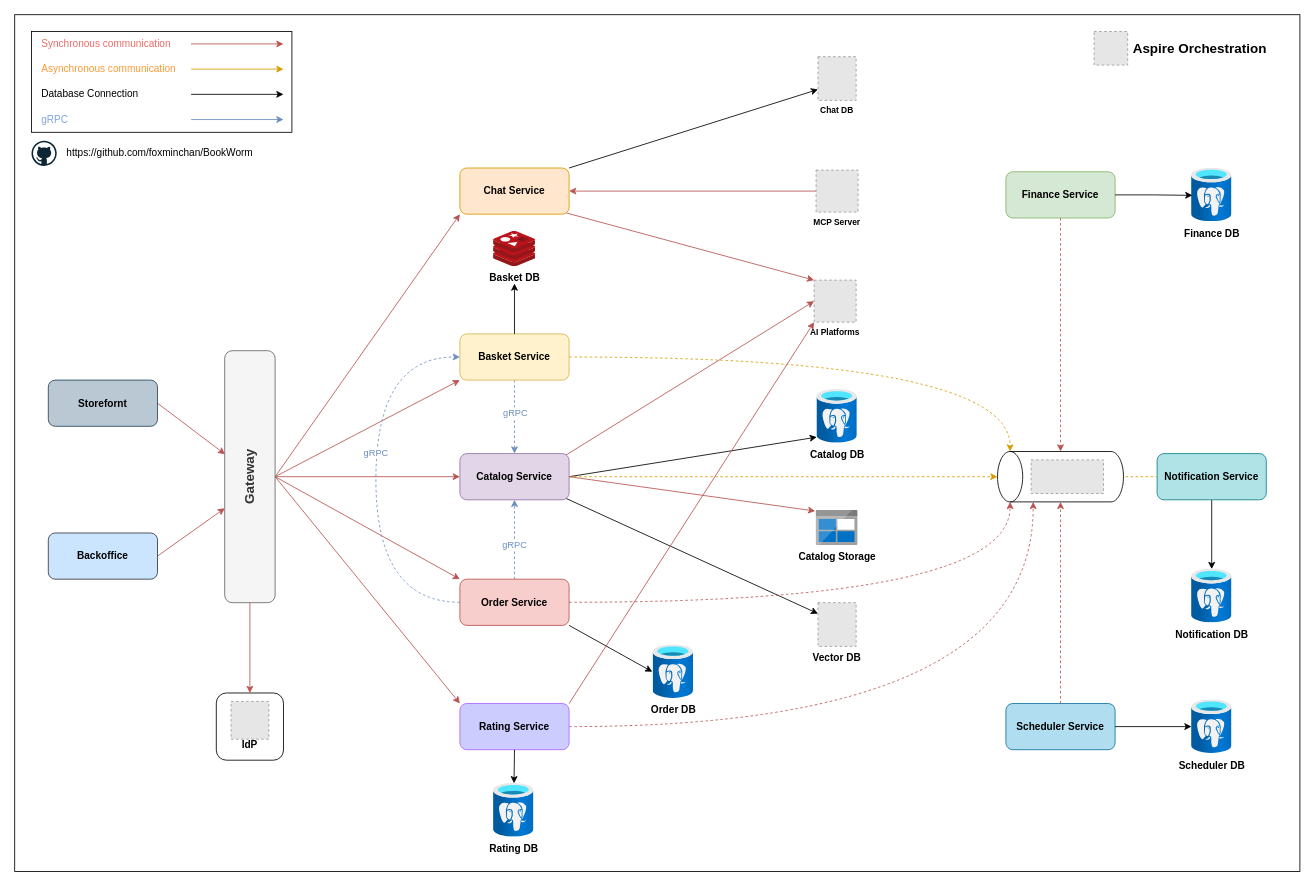
foxminchan/BookWorm keeps this draw.io diagram as assets/BookWorm.drawio. Above is the earlier version. Source tidied: cells renumbered, new cells numbered last; positions are measured from the earlier drawing's top-left corner, leaving out a move shared by most shapes. Both pictures are drawn from the tidied source at 84%, with x=0, y=0 at pixel (14, 14). Pictures stored in the file or linked from it are replaced by grey dashed boxes.
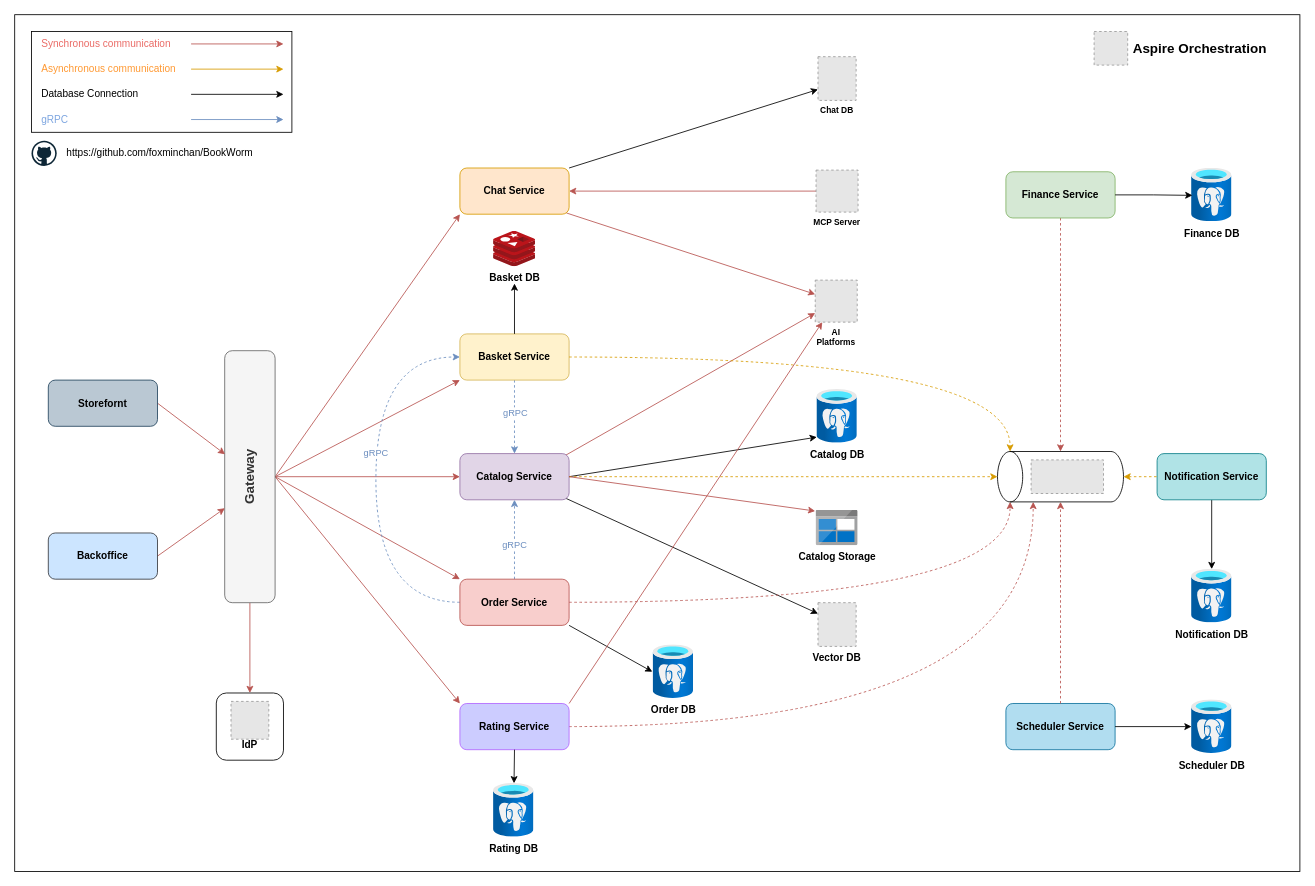
The same page after the edit.

The change refers to these unchanged cells:
```xml
<mxCell id="12" value="Catalog Service" style="rounded=1;whiteSpace=wrap;html=1;fontStyle=1;fillColor=#e1d5e7;strokeColor=#9673a6;" parent="1" vertex="1">
  <mxGeometry x="530" y="522.5" width="130" height="55" as="geometry" />
</mxCell>
<mxCell id="36" value="Notification Service" style="rounded=1;whiteSpace=wrap;html=1;fontStyle=1;fillColor=#b0e3e6;strokeColor=#0e8088;" parent="1" vertex="1">
  <mxGeometry x="1360" y="522.5" width="130" height="55" as="geometry" />
</mxCell>
<mxCell id="42" value="Chat Service" style="rounded=1;whiteSpace=wrap;html=1;fontStyle=1;fillColor=#ffe6cc;strokeColor=#d79b00;" parent="1" vertex="1">
  <mxGeometry x="530" y="182.5" width="130" height="55" as="geometry" />
</mxCell>
<mxCell id="68" value="Rating Service" style="rounded=1;whiteSpace=wrap;html=1;fontStyle=1;fillColor=#CCCCFF;strokeColor=#B266FF;fontColor=#000000;" parent="1" vertex="1">
  <mxGeometry x="530" y="820" width="130" height="55" as="geometry" />
</mxCell>
<mxCell id="81" style="shape=cylinder3;whiteSpace=wrap;html=1;boundedLbl=1;backgroundOutline=1;size=15;rotation=-90;" parent="80" vertex="1">
  <mxGeometry x="5" y="-5" width="60" height="150" as="geometry" />
</mxCell>
```

Change to the diagram source:
```diff
@@
-    <mxCell id="11" style="rounded=0;jettySize=auto;html=1;exitX=0.971;exitY=0.032;exitDx=0;exitDy=0;fillColor=#f8cecc;strokeColor=#b85450;exitPerimeter=0;entryX=0;entryY=0.5;entryDx=0;entryDy=0;" parent="1" edge="1" source="12" target="79">
+    <mxCell id="11" style="rounded=0;jettySize=auto;html=1;exitX=0.971;exitY=0.032;exitDx=0;exitDy=0;fillColor=#f8cecc;strokeColor=#b85450;exitPerimeter=0;" parent="1" edge="1" source="12" target="79">
       <mxGeometry relative="1" as="geometry" />
     </mxCell>
@@
-    <mxCell id="37" style="endArrow=none;html=1;rounded=0;entryX=0;entryY=0.5;entryDx=0;entryDy=0;exitX=1;exitY=0.5;exitDx=0;exitDy=0;startArrow=classic;startFill=1;fillColor=#ffe6cc;strokeColor=#d79b00;dashed=1;" parent="1" edge="1" target="36">
-      <mxGeometry relative="1" as="geometry">
-        <mxPoint x="1310" y="550" as="sourcePoint" />
-      </mxGeometry>
+    <mxCell id="37" style="endArrow=none;html=1;rounded=0;entryX=0;entryY=0.5;entryDx=0;entryDy=0;exitX=0.5;exitY=1;exitDx=0;exitDy=0;startArrow=classic;startFill=1;fillColor=#ffe6cc;strokeColor=#d79b00;dashed=1;exitPerimeter=0;" parent="1" edge="1" source="81" target="36">
+      <mxGeometry relative="1" as="geometry" />
     </mxCell>
@@
-    <mxCell id="41" style="rounded=0;jettySize=auto;html=1;exitX=0.975;exitY=0.973;exitDx=0;exitDy=0;fillColor=#f8cecc;strokeColor=#b85450;exitPerimeter=0;entryX=0;entryY=0;entryDx=0;entryDy=0;" parent="1" edge="1" source="42" target="79">
+    <mxCell id="41" style="rounded=0;jettySize=auto;html=1;exitX=0.975;exitY=0.973;exitDx=0;exitDy=0;fillColor=#f8cecc;strokeColor=#b85450;exitPerimeter=0;" parent="1" edge="1" source="42" target="79">
       <mxGeometry relative="1" as="geometry" />
     </mxCell>
@@
-    <mxCell id="67" style="rounded=0;jettySize=auto;html=1;exitX=1;exitY=0;exitDx=0;exitDy=0;entryX=0;entryY=1;entryDx=0;entryDy=0;fillColor=#f8cecc;strokeColor=#b85450;" parent="1" edge="1" source="68" target="79">
+    <mxCell id="67" style="rounded=0;jettySize=auto;html=1;exitX=1;exitY=0;exitDx=0;exitDy=0;fillColor=#f8cecc;strokeColor=#b85450;" parent="1" edge="1" source="68" target="79">
       <mxGeometry relative="1" as="geometry" />
     </mxCell>
@@
-    <mxCell id="79" value="AI Platforms" style="fillColor=#E6E6E6;strokeColor=#999999;dashed=1;verticalLabelPosition=bottom;labelBackgroundColor=none;verticalAlign=top;fontStyle=1;fontSize=10;" parent="1" vertex="1">
-      <mxGeometry x="951.7" y="316" width="50" height="50" as="geometry" />
+    <mxCell id="79" value="AI&#10;Platforms" style="fillColor=#E6E6E6;strokeColor=#999999;dashed=1;verticalLabelPosition=bottom;labelBackgroundColor=none;verticalAlign=top;fontStyle=1;fontSize=10;" parent="1" vertex="1">
+      <mxGeometry x="953" y="316" width="50" height="50" as="geometry" />
     </mxCell>
```
